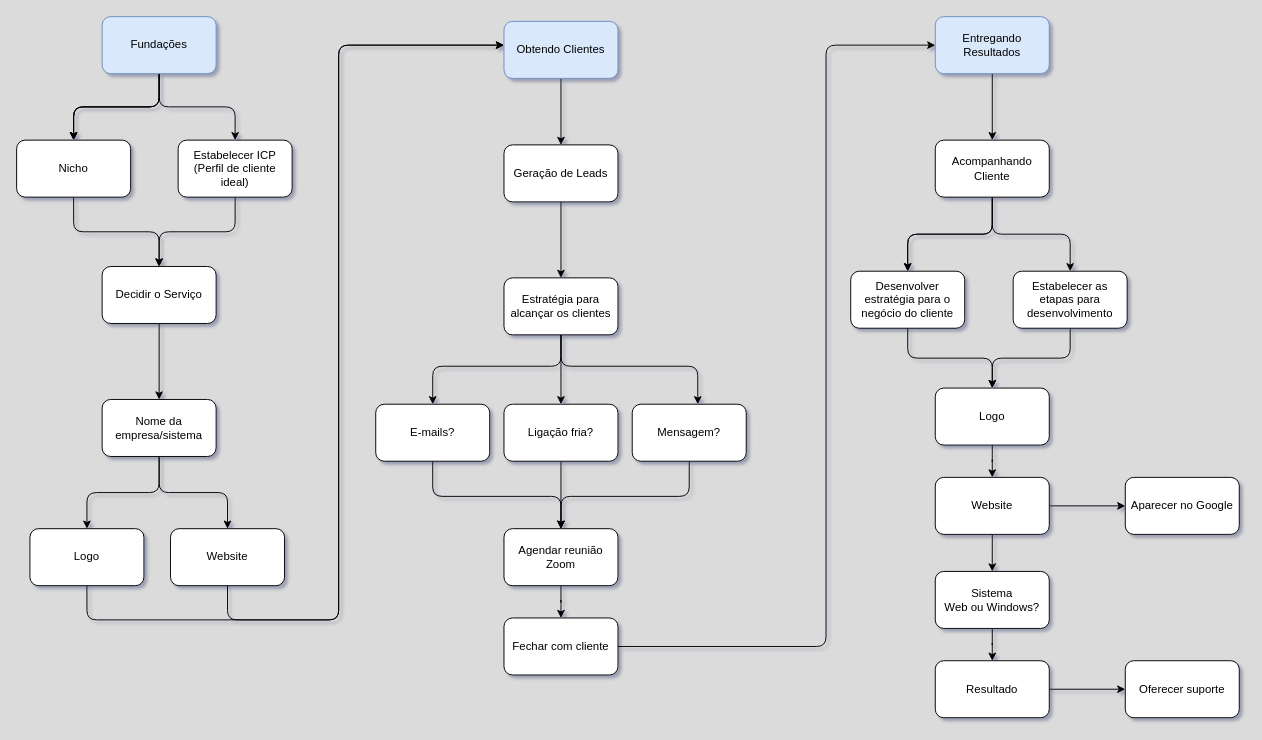
This is Untitled Diagram.drawio from LucasMoreira1/Projeto-29-OLucasMoreira, a draw.io file, before an edit. Source tidied: cells renumbered, new cells numbered last; positions are measured from the earlier drawing's top-left corner, leaving out a move shared by most shapes. Both pictures are drawn from the tidied source at 95%, with x=0, y=0 at pixel (16, 16).
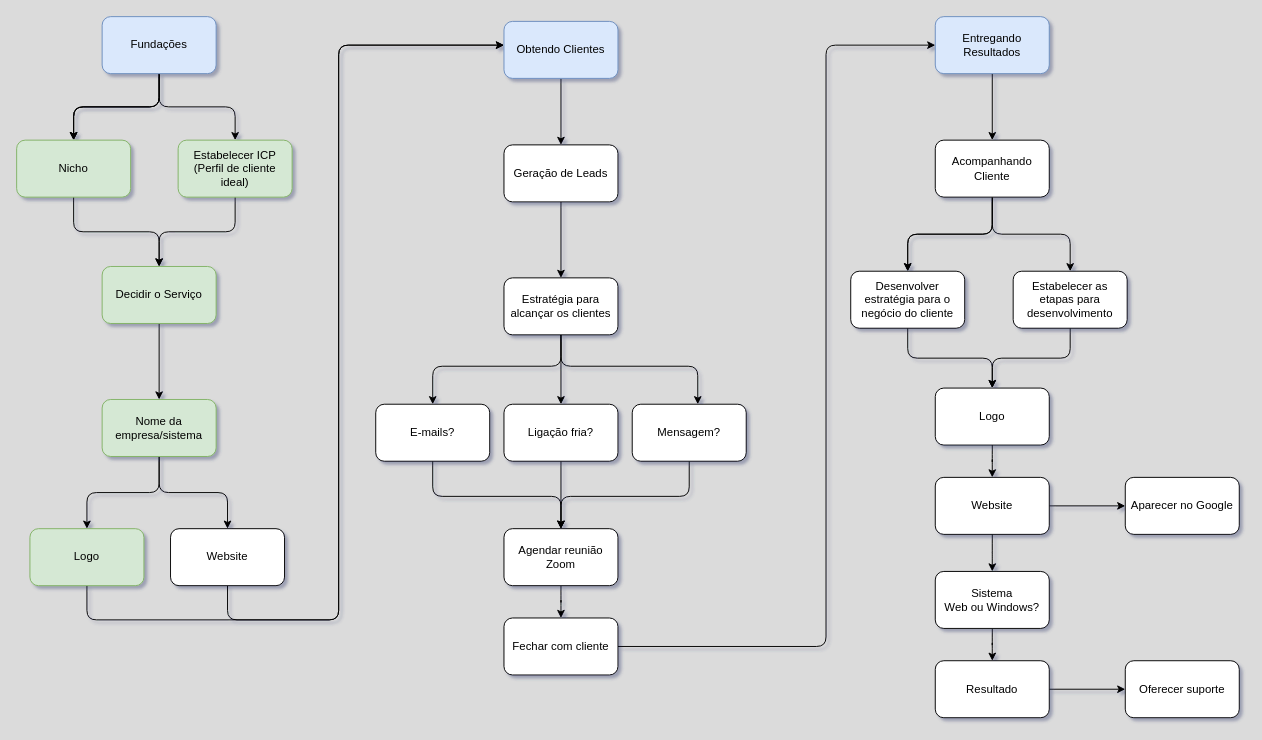
The same diagram, later.

The edit, as a diff of the source:
```diff
@@
-    <mxCell id="8" value="Nicho" style="whiteSpace=wrap;html=1;rounded=1;labelBorderColor=none;labelBackgroundColor=none;" parent="1" vertex="1">
+    <mxCell id="8" value="Nicho" style="whiteSpace=wrap;html=1;rounded=1;labelBorderColor=none;labelBackgroundColor=none;fillColor=#d5e8d4;strokeColor=#82b366;" parent="1" vertex="1">
       <mxGeometry y="130" width="120" height="60" as="geometry" />
     </mxCell>
@@
-    <mxCell id="10" value="Estabelecer ICP (Perfil de cliente ideal)" style="whiteSpace=wrap;html=1;rounded=1;" parent="1" vertex="1">
+    <mxCell id="10" value="Estabelecer ICP (Perfil de cliente ideal)" style="whiteSpace=wrap;html=1;rounded=1;fillColor=#d5e8d4;strokeColor=#82b366;" parent="1" vertex="1">
       <mxGeometry x="170" y="130" width="120" height="60" as="geometry" />
     </mxCell>
@@
-    <mxCell id="22" value="Decidir o Serviço" style="whiteSpace=wrap;html=1;rounded=1;" parent="1" vertex="1">
+    <mxCell id="22" value="Decidir o Serviço" style="whiteSpace=wrap;html=1;rounded=1;fillColor=#d5e8d4;strokeColor=#82b366;" parent="1" vertex="1">
       <mxGeometry x="90" y="263" width="120" height="60" as="geometry" />
     </mxCell>
@@
-    <mxCell id="25" value="Nome da empresa/sistema" style="whiteSpace=wrap;html=1;rounded=1;" parent="1" vertex="1">
+    <mxCell id="25" value="Nome da empresa/sistema" style="whiteSpace=wrap;html=1;rounded=1;fillColor=#d5e8d4;strokeColor=#82b366;" parent="1" vertex="1">
       <mxGeometry x="90" y="403" width="120" height="60" as="geometry" />
     </mxCell>
@@
-    <mxCell id="27" value="Logo" style="whiteSpace=wrap;html=1;rounded=1;" parent="1" vertex="1">
+    <mxCell id="27" value="Logo" style="whiteSpace=wrap;html=1;rounded=1;fillColor=#d5e8d4;strokeColor=#82b366;" parent="1" vertex="1">
       <mxGeometry x="14" y="539" width="120" height="60" as="geometry" />
     </mxCell>
```
